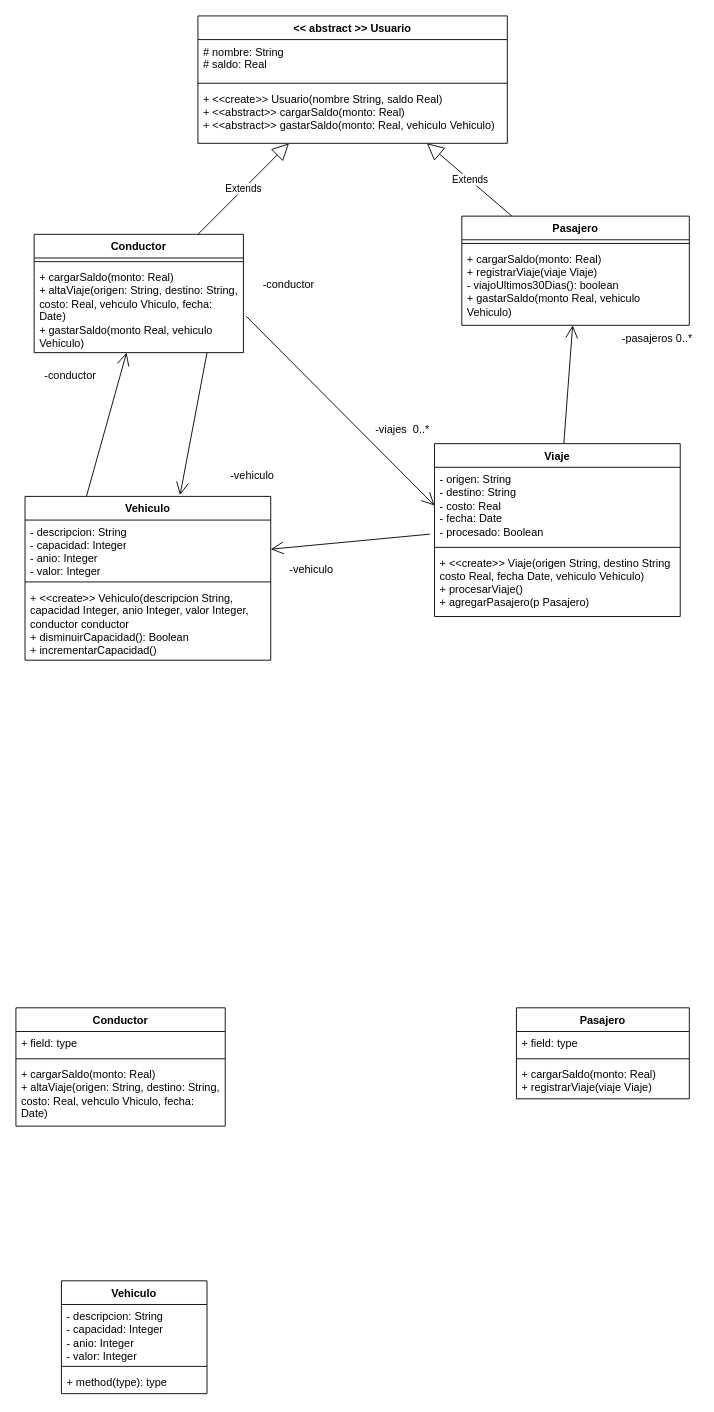
Above: ProyMavenBase/P5E24/Ej24.drawio in fremn88/OO1_2024 (draw.io), before the change. Source tidied: cells renumbered, new cells numbered last; positions are measured from the earlier drawing's top-left corner, leaving out a move shared by most shapes. Both pictures are drawn from the tidied source at 91%, with x=0, y=0 at pixel (15, 15).
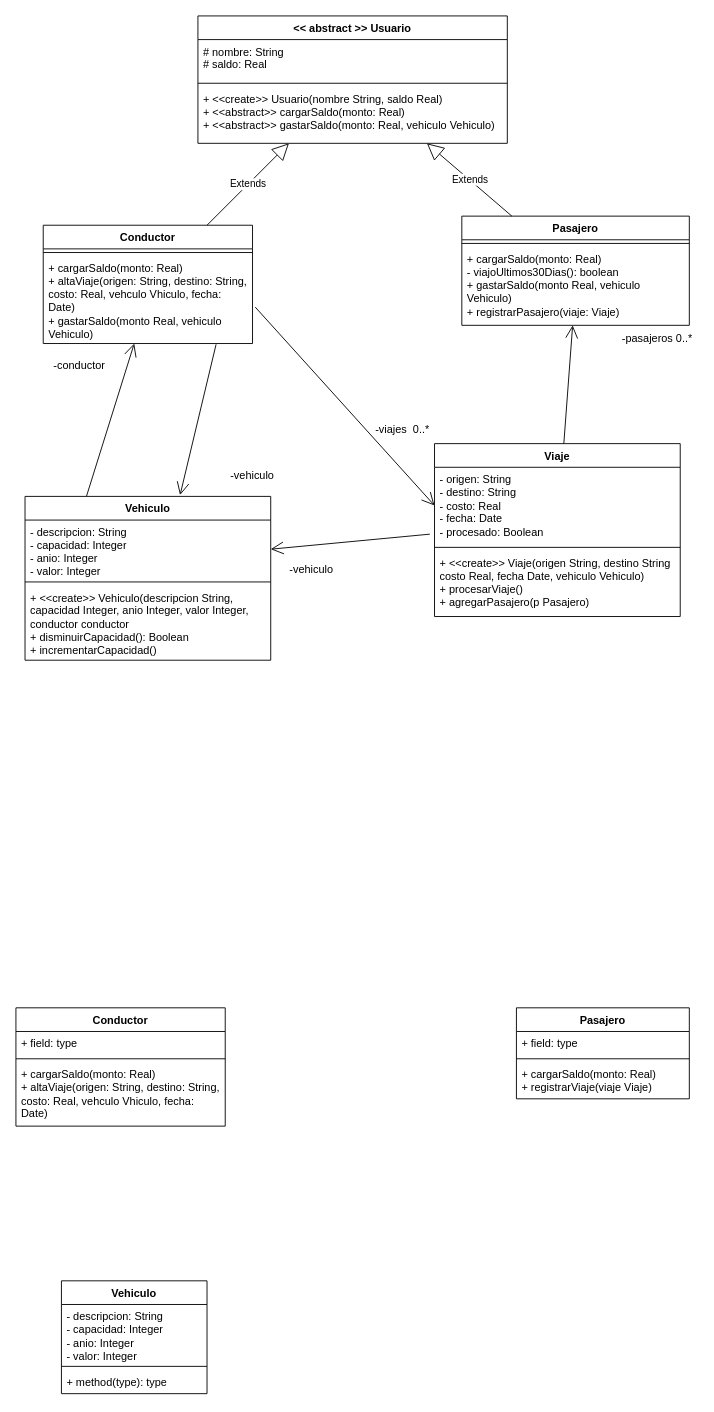
Above is the later version.

Unchanged cells that the change refers to:
```xml
<mxCell id="6" value="Pasajero" style="swimlane;fontStyle=1;align=center;verticalAlign=top;horizontal=1;startSize=26;whiteSpace=wrap;html=1;" parent="1" vertex="1">
  <mxGeometry x="490" y="220" width="250" height="120" as="geometry" />
</mxCell>
<mxCell id="11" value="+ cargarSaldo(monto: Real)&lt;br&gt;+ altaViaje(origen: String, destino: String, costo: Real, vehculo Vhiculo, fecha: Date)&lt;br&gt;+ gastarSaldo(monto Real, vehiculo Vehiculo)" style="text;strokeColor=none;fillColor=none;align=left;verticalAlign=top;spacingLeft=4;spacingRight=4;overflow=hidden;points=[[0,0.5],[1,0.5]];portConstraint=eastwest;whiteSpace=wrap;html=1;" parent="9" vertex="1">
  <mxGeometry y="34" width="230" height="96" as="geometry" />
</mxCell>
<mxCell id="40" value="Vehiculo" style="swimlane;fontStyle=1;align=center;verticalAlign=top;horizontal=1;startSize=26;whiteSpace=wrap;html=1;" parent="1" vertex="1">
  <mxGeometry x="10" y="528" width="270" height="180" as="geometry" />
</mxCell>
```

What changed in the source:
```diff
@@
-    <mxCell id="8" value="+ cargarSaldo(monto: Real)&lt;br&gt;+ registrarViaje(viaje Viaje)&lt;br&gt;- viajoUltimos30Dias(): boolean&lt;br&gt;+ gastarSaldo(monto Real, vehiculo Vehiculo)" style="text;strokeColor=none;fillColor=none;align=left;verticalAlign=top;spacingLeft=4;spacingRight=4;overflow=hidden;points=[[0,0.5],[1,0.5]];portConstraint=eastwest;whiteSpace=wrap;html=1;" parent="6" vertex="1">
+    <mxCell id="8" value="+ cargarSaldo(monto: Real)&lt;br&gt;- viajoUltimos30Dias(): boolean&lt;br&gt;+ gastarSaldo(monto Real, vehiculo Vehiculo)&lt;br&gt;+ registrarPasajero(viaje: Viaje)" style="text;strokeColor=none;fillColor=none;align=left;verticalAlign=top;spacingLeft=4;spacingRight=4;overflow=hidden;points=[[0,0.5],[1,0.5]];portConstraint=eastwest;whiteSpace=wrap;html=1;" parent="6" vertex="1">
       <mxGeometry y="34" width="250" height="86" as="geometry" />
     </mxCell>
     <mxCell id="9" value="Conductor" style="swimlane;fontStyle=1;align=center;verticalAlign=top;horizontal=1;startSize=26;whiteSpace=wrap;html=1;" parent="1" vertex="1">
-      <mxGeometry x="20" y="240" width="230" height="130" as="geometry" />
+      <mxGeometry x="30" y="230" width="230" height="130" as="geometry" />
     </mxCell>
@@
     <mxCell id="15" value="-conductor" style="text;strokeColor=none;align=center;fillColor=none;html=1;verticalAlign=middle;whiteSpace=wrap;rounded=0;" parent="1" vertex="1">
-      <mxGeometry x="30" y="380" width="60" height="30" as="geometry" />
+      <mxGeometry x="40" y="370" width="60" height="30" as="geometry" />
     </mxCell>
-    <mxCell id="16" style="endArrow=open;endFill=1;endSize=12;html=1;rounded=0;entryX=0.631;entryY=-0.008;entryDx=0;entryDy=0;entryPerimeter=0;" parent="1" edge="1" target="40">
-      <mxGeometry relative="1" as="geometry">
-        <mxPoint x="210" y="370" as="sourcePoint" />
-      </mxGeometry>
+    <mxCell id="16" style="endArrow=open;endFill=1;endSize=12;html=1;rounded=0;entryX=0.631;entryY=-0.008;entryDx=0;entryDy=0;entryPerimeter=0;exitX=0.826;exitY=1.009;exitDx=0;exitDy=0;exitPerimeter=0;" parent="1" edge="1" source="11" target="40">
+      <mxGeometry relative="1" as="geometry" />
     </mxCell>
@@
-    <mxCell id="26" value="-conductor" style="text;strokeColor=none;align=center;fillColor=none;html=1;verticalAlign=middle;whiteSpace=wrap;rounded=0;" parent="1" vertex="1">
-      <mxGeometry x="270" y="280" width="60" height="30" as="geometry" />
-    </mxCell>
```
